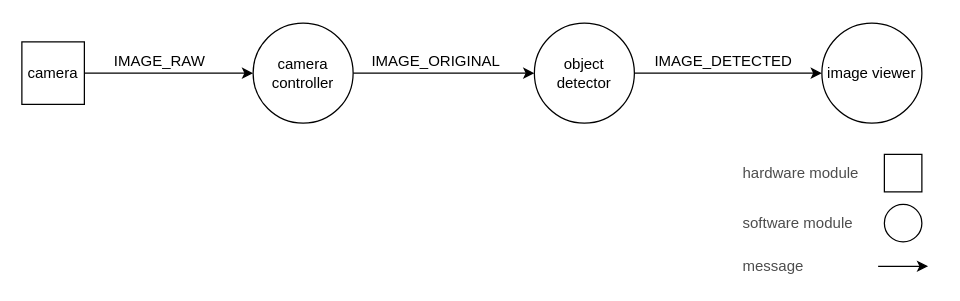
Earlier version of the draw.io diagram documents/figures/object-detection-appmodules.drawio (slienau/bachelor-thesis). Source tidied: cells renumbered, new cells numbered last; positions are measured from the earlier drawing's top-left corner, leaving out a move shared by most shapes. Both pictures are drawn from the tidied source at 125%, with x=0, y=0 at pixel (21, 22).
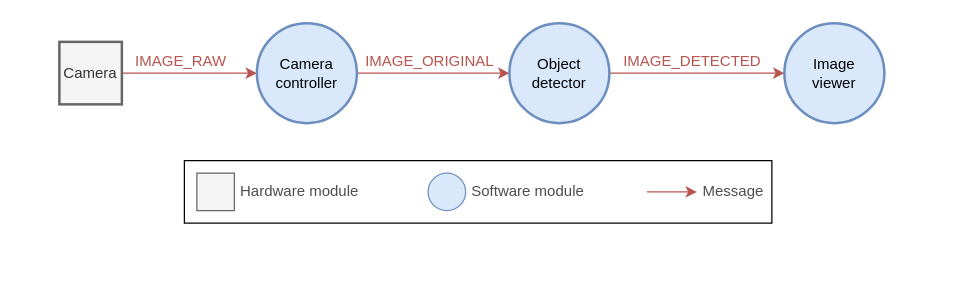
The same diagram, later.

Diff of the diagram source:
```diff
@@
-    <mxCell id="2" style="edgeStyle=orthogonalEdgeStyle;rounded=0;jettySize=auto;html=1;exitX=1;exitY=0.5;exitDx=0;exitDy=0;entryX=0;entryY=0.5;entryDx=0;entryDy=0;strokeColor=#000000;fillColor=#FFFFFF;fontColor=#000000;" parent="1" edge="1" source="4" target="7">
+    <mxCell id="2" style="edgeStyle=orthogonalEdgeStyle;rounded=0;jettySize=auto;html=1;exitX=1;exitY=0.5;exitDx=0;exitDy=0;entryX=0;entryY=0.5;entryDx=0;entryDy=0;strokeColor=#b85450;fillColor=#f8cecc;fontColor=#000000;" parent="1" edge="1" source="4" target="7">
       <mxGeometry relative="1" as="geometry" />
     </mxCell>
-    <mxCell id="3" value="IMAGE_RAW" style="text;html=1;align=center;verticalAlign=middle;labelBackgroundColor=#ffffff;fontColor=#000000;" parent="2" vertex="1">
+    <mxCell id="3" value="IMAGE_RAW" style="text;html=1;align=center;verticalAlign=middle;labelBackgroundColor=#ffffff;fontColor=#B85450;" parent="2" vertex="1">
       <mxGeometry x="-0.03" y="-1" relative="1" as="geometry">
         <mxPoint x="-5.5" y="-11" as="offset" />
       </mxGeometry>
     </mxCell>
-    <mxCell id="4" value="camera" style="whiteSpace=wrap;html=1;strokeColor=#000000;fillColor=#FFFFFF;" parent="1" vertex="1">
-      <mxGeometry y="15" width="50" height="50" as="geometry" />
+    <mxCell id="4" value="Camera" style="whiteSpace=wrap;html=1;strokeColor=#666666;fillColor=#f5f5f5;fontColor=#333333;strokeWidth=2;" parent="1" vertex="1">
+      <mxGeometry x="30" y="15" width="50" height="50" as="geometry" />
     </mxCell>
-    <mxCell id="5" style="edgeStyle=orthogonalEdgeStyle;rounded=0;jettySize=auto;html=1;exitX=1;exitY=0.5;exitDx=0;exitDy=0;entryX=0;entryY=0.5;entryDx=0;entryDy=0;strokeColor=#000000;fillColor=#FFFFFF;" parent="1" edge="1" source="7" target="10">
+    <mxCell id="5" style="edgeStyle=orthogonalEdgeStyle;rounded=0;jettySize=auto;html=1;exitX=1;exitY=0.5;exitDx=0;exitDy=0;entryX=0;entryY=0.5;entryDx=0;entryDy=0;strokeColor=#b85450;fillColor=#f8cecc;" parent="1" edge="1" source="7" target="10">
       <mxGeometry relative="1" as="geometry" />
     </mxCell>
-    <mxCell id="6" value="IMAGE_ORIGINAL" style="text;html=1;align=center;verticalAlign=middle;labelBackgroundColor=#ffffff;fontColor=#000000;" parent="5" vertex="1">
+    <mxCell id="6" value="IMAGE_ORIGINAL" style="text;html=1;align=center;verticalAlign=middle;labelBackgroundColor=#ffffff;fontColor=#B85450;" parent="5" vertex="1">
       <mxGeometry x="-0.34" y="1" relative="1" as="geometry">
         <mxPoint x="17" y="-9" as="offset" />
       </mxGeometry>
     </mxCell>
-    <mxCell id="7" value="camera controller" style="ellipse;whiteSpace=wrap;html=1;strokeColor=#000000;fillColor=#FFFFFF;" parent="1" vertex="1">
-      <mxGeometry x="185" width="80" height="80" as="geometry" />
+    <mxCell id="7" value="Camera controller" style="ellipse;whiteSpace=wrap;html=1;strokeColor=#6c8ebf;fillColor=#dae8fc;strokeWidth=2;" parent="1" vertex="1">
+      <mxGeometry x="188" width="80" height="80" as="geometry" />
     </mxCell>
-    <mxCell id="8" style="edgeStyle=orthogonalEdgeStyle;rounded=0;jettySize=auto;html=1;exitX=1;exitY=0.5;exitDx=0;exitDy=0;strokeColor=#000000;fillColor=#FFFFFF;" parent="1" edge="1" source="10" target="11">
+    <mxCell id="8" style="edgeStyle=orthogonalEdgeStyle;rounded=0;jettySize=auto;html=1;exitX=1;exitY=0.5;exitDx=0;exitDy=0;strokeColor=#b85450;fillColor=#f8cecc;" parent="1" edge="1" source="10" target="11">
       <mxGeometry relative="1" as="geometry" />
     </mxCell>
-    <mxCell id="9" value="IMAGE_DETECTED" style="text;html=1;align=center;verticalAlign=middle;labelBackgroundColor=#ffffff;fontColor=#000000;" parent="8" vertex="1">
+    <mxCell id="9" value="IMAGE_DETECTED" style="text;html=1;align=center;verticalAlign=middle;labelBackgroundColor=#ffffff;fontColor=#B85450;" parent="8" vertex="1">
       <mxGeometry x="-0.03" y="-1" relative="1" as="geometry">
         <mxPoint x="-2.5" y="-11" as="offset" />
       </mxGeometry>
     </mxCell>
-    <mxCell id="10" value="object detector" style="ellipse;whiteSpace=wrap;html=1;strokeColor=#000000;fillColor=#FFFFFF;" parent="1" vertex="1">
-      <mxGeometry x="410" width="80" height="80" as="geometry" />
+    <mxCell id="10" value="Object detector" style="ellipse;whiteSpace=wrap;html=1;strokeColor=#6c8ebf;fillColor=#dae8fc;strokeWidth=2;" parent="1" vertex="1">
+      <mxGeometry x="390" width="80" height="80" as="geometry" />
     </mxCell>
-    <mxCell id="11" value="image viewer" style="ellipse;whiteSpace=wrap;html=1;strokeColor=#000000;fillColor=#FFFFFF;" parent="1" vertex="1">
-      <mxGeometry x="640" width="80" height="80" as="geometry" />
+    <mxCell id="11" value="Image&lt;br&gt;viewer" style="ellipse;whiteSpace=wrap;html=1;strokeColor=#6c8ebf;fillColor=#dae8fc;strokeWidth=2;" parent="1" vertex="1">
+      <mxGeometry x="610" width="80" height="80" as="geometry" />
     </mxCell>
+    <mxCell id="18" style="group;" parent="1" vertex="1">
+      <mxGeometry x="130" y="110" width="470" height="50" as="geometry" />
+    </mxCell>
+    <mxCell id="19" style="rounded=0;whiteSpace=wrap;html=1;strokeWidth=1;fillColor=none;" parent="18" vertex="1">
+      <mxGeometry width="470" height="50" as="geometry" />
+    </mxCell>
-    <mxCell id="12" style="whiteSpace=wrap;html=1;strokeColor=#000000;fillColor=#FFFFFF;fontColor=#4D4D4D;" parent="1" vertex="1">
-      <mxGeometry x="690" y="105" width="30" height="30" as="geometry" />
+    <mxCell id="12" style="whiteSpace=wrap;html=1;strokeColor=#666666;fillColor=#f5f5f5;fontColor=#333333;" parent="18" vertex="1">
+      <mxGeometry x="10" y="10" width="30" height="30" as="geometry" />
     </mxCell>
-    <mxCell id="13" style="ellipse;whiteSpace=wrap;html=1;strokeColor=#000000;fillColor=#FFFFFF;fontColor=#4D4D4D;" parent="1" vertex="1">
-      <mxGeometry x="690" y="145" width="30" height="30" as="geometry" />
+    <mxCell id="13" style="ellipse;whiteSpace=wrap;html=1;strokeColor=#6c8ebf;fillColor=#dae8fc;" parent="18" vertex="1">
+      <mxGeometry x="195" y="10" width="30" height="30" as="geometry" />
     </mxCell>
-    <mxCell id="14" style="endArrow=classic;html=1;strokeColor=#000000;fillColor=#FFFFFF;fontColor=#4D4D4D;" parent="1" edge="1">
+    <mxCell id="14" style="endArrow=classic;html=1;strokeColor=#b85450;fillColor=#f8cecc;fontColor=#4D4D4D;" parent="18" edge="1">
       <mxGeometry relative="1" as="geometry">
-        <mxPoint x="685" y="194.5" as="sourcePoint" />
-        <mxPoint x="725" y="194.5" as="targetPoint" />
+        <mxPoint x="370" y="25" as="sourcePoint" />
+        <mxPoint x="410" y="25" as="targetPoint" />
       </mxGeometry>
     </mxCell>
-    <mxCell id="15" value="hardware module" style="text;html=1;strokeColor=none;fillColor=none;align=left;verticalAlign=middle;whiteSpace=wrap;rounded=0;fontColor=#4D4D4D;" parent="1" vertex="1">
-      <mxGeometry x="575" y="110" width="130" height="20" as="geometry" />
+    <mxCell id="15" value="Hardware module" style="text;html=1;strokeColor=none;fillColor=none;align=left;verticalAlign=middle;whiteSpace=wrap;rounded=0;fontColor=#4D4D4D;spacingLeft=3;" parent="18" vertex="1">
+      <mxGeometry x="40" y="15" width="100" height="20" as="geometry" />
     </mxCell>
-    <mxCell id="16" value="software module" style="text;html=1;strokeColor=none;fillColor=none;align=left;verticalAlign=middle;whiteSpace=wrap;rounded=0;fontColor=#4D4D4D;" parent="1" vertex="1">
-      <mxGeometry x="575" y="150" width="120" height="20" as="geometry" />
+    <mxCell id="16" value="Software module" style="text;html=1;strokeColor=none;fillColor=none;align=left;verticalAlign=middle;whiteSpace=wrap;rounded=0;fontColor=#4D4D4D;spacingLeft=3;" parent="18" vertex="1">
+      <mxGeometry x="225" y="15" width="100" height="20" as="geometry" />
     </mxCell>
-    <mxCell id="17" value="message" style="text;html=1;strokeColor=none;fillColor=none;align=left;verticalAlign=middle;whiteSpace=wrap;rounded=0;fontColor=#4D4D4D;" parent="1" vertex="1">
-      <mxGeometry x="575" y="185" width="130" height="20" as="geometry" />
+    <mxCell id="17" value="Message" style="text;html=1;strokeColor=none;fillColor=none;align=left;verticalAlign=middle;whiteSpace=wrap;rounded=0;fontColor=#4D4D4D;spacingLeft=3;" parent="18" vertex="1">
+      <mxGeometry x="410" y="15" width="60" height="20" as="geometry" />
     </mxCell>
```
